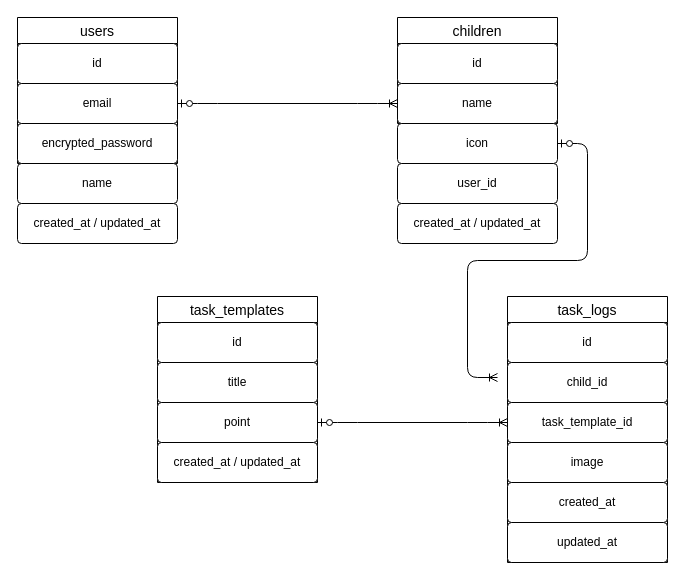
Before: tetsumemo.dio in fn2025fn/tetsumemo, a draw.io diagram. Source tidied: cells renumbered, new cells numbered last; positions are measured from the earlier drawing's top-left corner, leaving out a move shared by most shapes. Both pictures are drawn from the tidied source at 100%, with x=0, y=0 at pixel (17, 17).
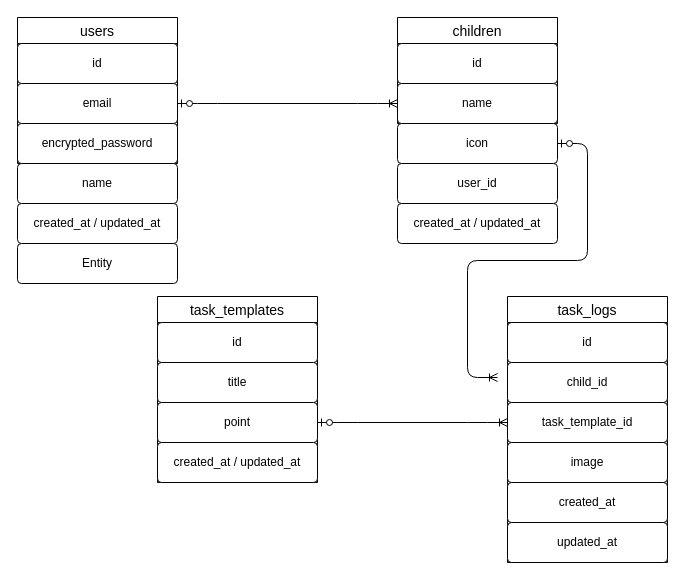
After the change.

The edit, as a diff of the source:
```diff
@@
+    <mxCell id="29" value="Entity" style="rounded=1;arcSize=10;whiteSpace=wrap;html=1;align=center;" parent="1" vertex="1">
+      <mxGeometry y="226" width="160" height="40" as="geometry" />
+    </mxCell>
```
